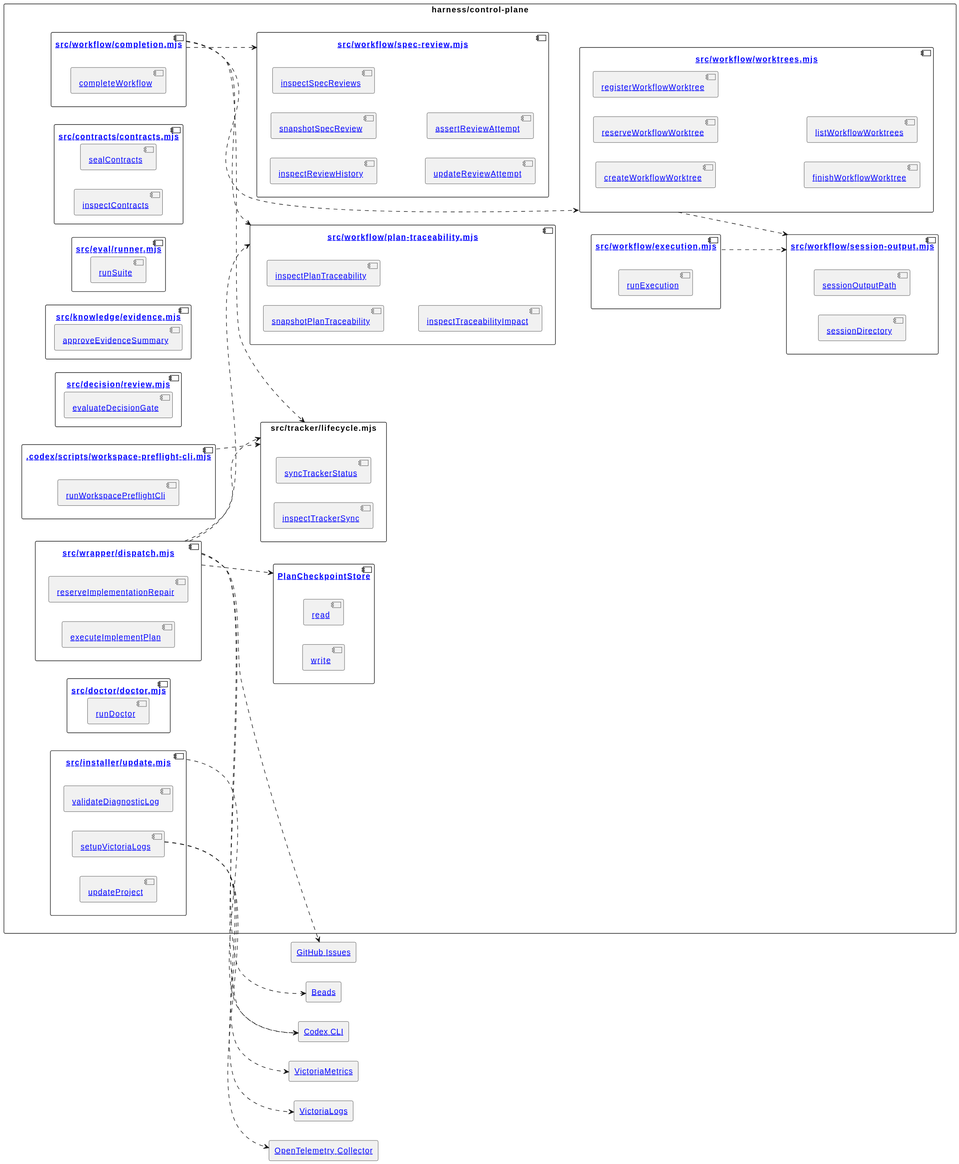
The PlantUML diagram docs/contracts/diagrams/ddd.svg in omegafrog/harness-codex, before a commit.
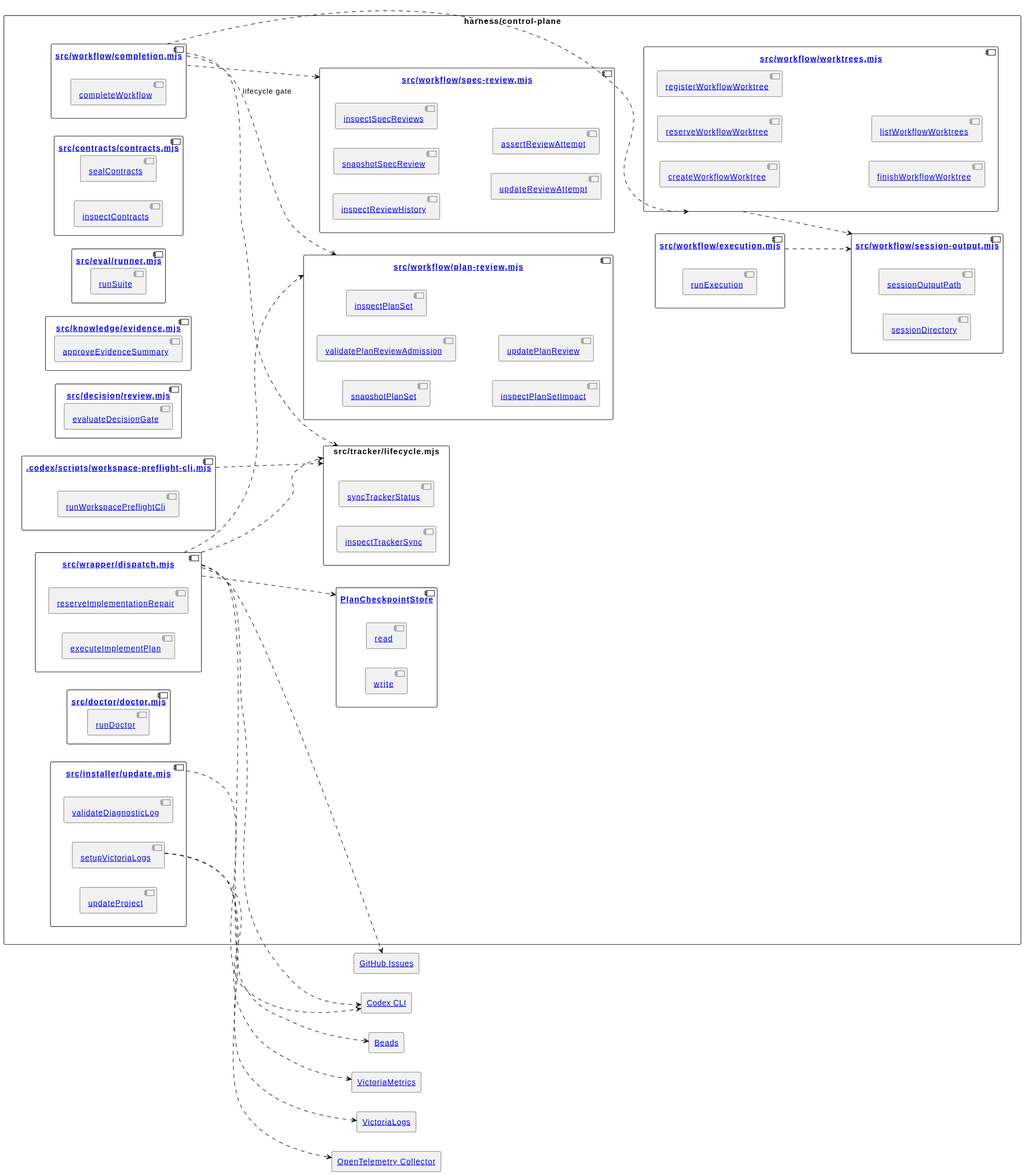
Later version of the same file.

Diff of the diagram source:
```diff
@@ -53,10 +53,12 @@
     component "[[../architecture.md#update-review-attempt-method updateReviewAttempt]]" as updateReviewAttempt
     component "[[../architecture.md#assert-review-attempt-method assertReviewAttempt]]" as assertReviewAttempt
   }
-  component "[[../architecture.md#plan-traceability-service src/workflow/plan-traceability.mjs]]" as planTraceability {
-    component "[[../architecture.md#snapshot-plan-traceability-method snapshotPlanTraceability]]" as snapshotPlanTraceability
-    component "[[../architecture.md#inspect-plan-traceability-method inspectPlanTraceability]]" as inspectPlanTraceability
-    component "[[../architecture.md#inspect-traceability-impact-method inspectTraceabilityImpact]]" as inspectTraceabilityImpact
+  component "[[../architecture.md#plan-review-service src/workflow/plan-review.mjs]]" as planReview {
+    component "[[../architecture.md#snapshot-plan-set-method snapshotPlanSet]]" as snapshotPlanSet
+    component "[[../architecture.md#validate-plan-review-admission-method validatePlanReviewAdmission]]" as validatePlanReviewAdmission
+    component "[[../architecture.md#inspect-plan-set-method inspectPlanSet]]" as inspectPlanSet
+    component "[[../architecture.md#inspect-plan-set-impact-method inspectPlanSetImpact]]" as inspectPlanSetImpact
+    component "[[../architecture.md#update-plan-review-method updatePlanReview]]" as updatePlanReview
   }
   component "[[../architecture.md#workflow-worktrees src/workflow/worktrees.mjs]]" as workflowWorktrees {
     component "[[../architecture.md#create-workflow-worktree createWorkflowWorktree]]" as createWorkflowWorktree
@@ -80,11 +82,11 @@
 victoriaLogsSetup ..> victoriaMetrics
 workspace ..> trackerLifecycle
 wrapper ..> trackerLifecycle
-wrapper ..> planTraceability
+wrapper ..> planReview
 workflowCompletion ..> trackerLifecycle
 workflowCompletion ..> workflowWorktrees
 workflowCompletion ..> specReview
-workflowCompletion ..> planTraceability
+workflowCompletion ..> planReview : lifecycle gate
 wrapper ..> checkpoint
 wrapper ..> codex
 wrapper ..> github
```
